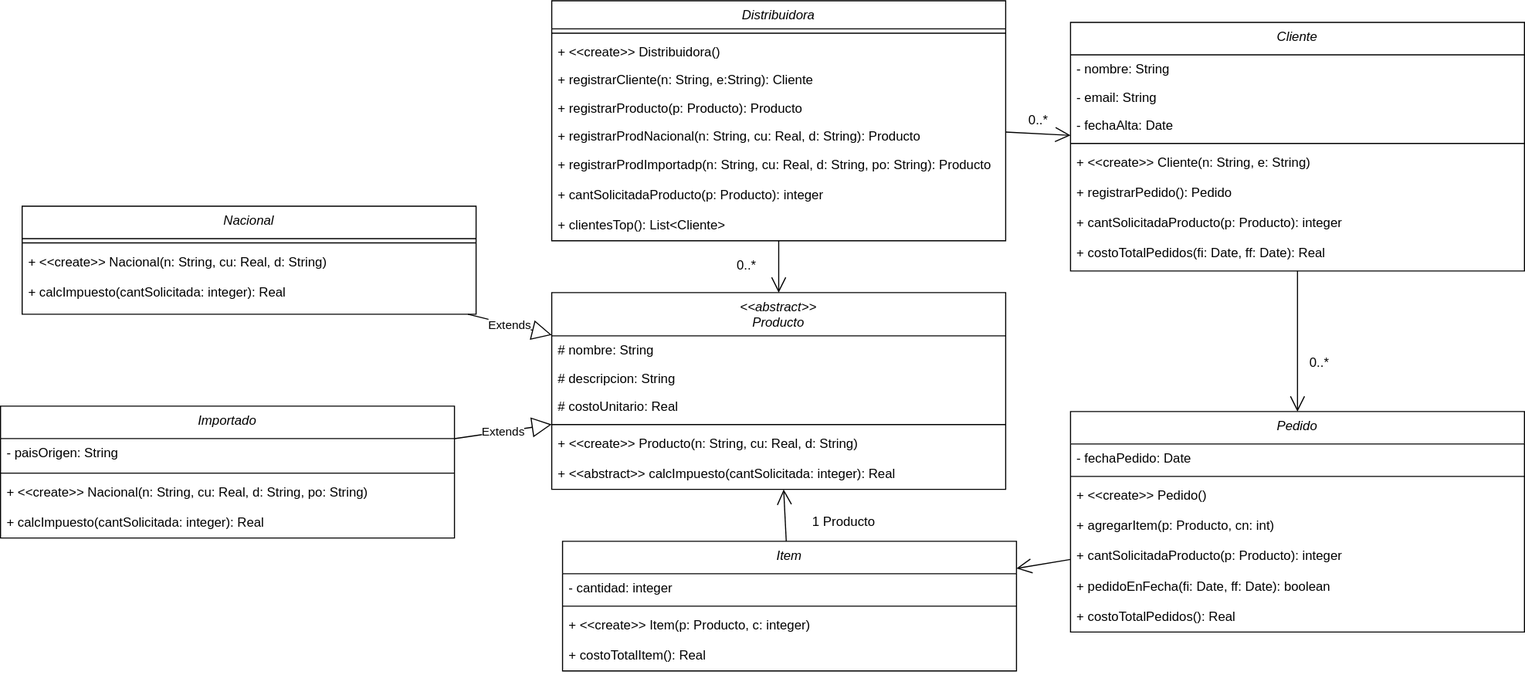
This is Segundo_Año/Segundo_Semestre/OO1/Parciales/ParcialesCursada/ParcialDistribuidora/ParcialDistribuidora.drawio.svg from LRondinelli04/Licenciatura-en-Sistemas_APU, a draw.io export, as it was before one commit. Source tidied: cells renumbered, new cells last; positions are measured from the earlier drawing's top-left corner, leaving out a move shared by most shapes. Its diagram source:
```xml
<mxGraphModel>
  <root>
    <mxCell id="0" />
    <mxCell id="1" parent="0" />
    <mxCell id="2" value="Distribuidora" style="swimlane;fontStyle=2;align=center;verticalAlign=top;horizontal=1;startSize=26;rounded=0;shadow=0;strokeWidth=1;" parent="1" vertex="1">
      <mxGeometry x="510" width="420" height="222" as="geometry" />
    </mxCell>
    <mxCell id="3" style="line;html=1;strokeWidth=1;align=left;verticalAlign=middle;spacingTop=-1;spacingLeft=3;spacingRight=3;labelPosition=right;" parent="2" vertex="1">
      <mxGeometry y="26" width="420" height="8" as="geometry" />
    </mxCell>
    <mxCell id="4" value="+ &lt;&lt;create&gt;&gt; Distribuidora()" style="text;align=left;verticalAlign=top;spacingLeft=4;spacingRight=4;overflow=hidden;" parent="2" vertex="1">
      <mxGeometry y="34" width="420" height="26" as="geometry" />
    </mxCell>
    <mxCell id="5" value="+ registrarCliente(n: String, e:String): Cliente" style="text;align=left;verticalAlign=top;spacingLeft=4;spacingRight=4;overflow=hidden;" parent="2" vertex="1">
      <mxGeometry y="60" width="420" height="26" as="geometry" />
    </mxCell>
    <mxCell id="6" value="+ registrarProducto(p: Producto): Producto" style="text;align=left;verticalAlign=top;spacingLeft=4;spacingRight=4;overflow=hidden;" parent="2" vertex="1">
      <mxGeometry y="86" width="420" height="26" as="geometry" />
    </mxCell>
    <mxCell id="7" value="+ registrarProdNacional(n: String, cu: Real, d: String): Producto" style="text;align=left;verticalAlign=top;spacingLeft=4;spacingRight=4;overflow=hidden;" parent="2" vertex="1">
      <mxGeometry y="112" width="420" height="26" as="geometry" />
    </mxCell>
    <mxCell id="8" value="+ registrarProdImportadp(n: String, cu: Real, d: String, po: String): Producto" style="text;align=left;verticalAlign=top;spacingLeft=4;spacingRight=4;overflow=hidden;" parent="2" vertex="1">
      <mxGeometry y="138" width="420" height="28" as="geometry" />
    </mxCell>
    <mxCell id="9" value="+ cantSolicitadaProducto(p: Producto): integer" style="text;align=left;verticalAlign=top;spacingLeft=4;spacingRight=4;overflow=hidden;" parent="2" vertex="1">
      <mxGeometry y="166" width="420" height="28" as="geometry" />
    </mxCell>
    <mxCell id="10" value="+ clientesTop(): List&lt;Cliente&gt;" style="text;align=left;verticalAlign=top;spacingLeft=4;spacingRight=4;overflow=hidden;" parent="2" vertex="1">
      <mxGeometry y="194" width="420" height="28" as="geometry" />
    </mxCell>
    <mxCell id="11" value="&lt;&lt;abstract&gt;&gt;&#10;Producto" style="swimlane;fontStyle=2;align=center;verticalAlign=top;horizontal=1;startSize=40;rounded=0;shadow=0;strokeWidth=1;" parent="1" vertex="1">
      <mxGeometry x="510" y="270" width="420" height="182" as="geometry" />
    </mxCell>
    <mxCell id="12" value="# nombre: String" style="text;align=left;verticalAlign=top;spacingLeft=4;spacingRight=4;overflow=hidden;" parent="11" vertex="1">
      <mxGeometry y="40" width="420" height="26" as="geometry" />
    </mxCell>
    <mxCell id="13" value="# descripcion: String" style="text;align=left;verticalAlign=top;spacingLeft=4;spacingRight=4;overflow=hidden;" parent="11" vertex="1">
      <mxGeometry y="66" width="420" height="26" as="geometry" />
    </mxCell>
    <mxCell id="14" value="# costoUnitario: Real" style="text;align=left;verticalAlign=top;spacingLeft=4;spacingRight=4;overflow=hidden;" parent="11" vertex="1">
      <mxGeometry y="92" width="420" height="26" as="geometry" />
    </mxCell>
    <mxCell id="15" style="line;html=1;strokeWidth=1;align=left;verticalAlign=middle;spacingTop=-1;spacingLeft=3;spacingRight=3;labelPosition=right;" parent="11" vertex="1">
      <mxGeometry y="118" width="420" height="8" as="geometry" />
    </mxCell>
    <mxCell id="16" value="+ &lt;&lt;create&gt;&gt; Producto(n: String, cu: Real, d: String)" style="text;align=left;verticalAlign=top;spacingLeft=4;spacingRight=4;overflow=hidden;" parent="11" vertex="1">
      <mxGeometry y="126" width="420" height="28" as="geometry" />
    </mxCell>
    <mxCell id="17" value="+ &lt;&lt;abstract&gt;&gt; calcImpuesto(cantSolicitada: integer): Real" style="text;align=left;verticalAlign=top;spacingLeft=4;spacingRight=4;overflow=hidden;" parent="11" vertex="1">
      <mxGeometry y="154" width="420" height="28" as="geometry" />
    </mxCell>
    <mxCell id="18" style="endArrow=open;endFill=1;endSize=12;html=1;rounded=0;" parent="1" edge="1" source="2" target="11">
      <mxGeometry relative="1" as="geometry" />
    </mxCell>
    <mxCell id="19" value="0..*" style="text;html=1;align=center;verticalAlign=middle;strokeColor=none;fillColor=none;" parent="1" vertex="1">
      <mxGeometry x="670" y="230" width="40" height="30" as="geometry" />
    </mxCell>
    <mxCell id="20" value="0..*" style="text;html=1;align=center;verticalAlign=middle;strokeColor=none;fillColor=none;" parent="1" vertex="1">
      <mxGeometry x="940" y="96" width="40" height="30" as="geometry" />
    </mxCell>
    <mxCell id="21" style="endArrow=open;endFill=1;endSize=12;html=1;rounded=0;" parent="1" edge="1" source="2" target="22">
      <mxGeometry relative="1" as="geometry" />
    </mxCell>
    <mxCell id="22" value="Cliente" style="swimlane;fontStyle=2;align=center;verticalAlign=top;horizontal=1;startSize=30;rounded=0;shadow=0;strokeWidth=1;" parent="1" vertex="1">
      <mxGeometry x="990" y="20" width="420" height="230" as="geometry" />
    </mxCell>
    <mxCell id="23" value="- nombre: String" style="text;align=left;verticalAlign=top;spacingLeft=4;spacingRight=4;overflow=hidden;" parent="22" vertex="1">
      <mxGeometry y="30" width="420" height="26" as="geometry" />
    </mxCell>
    <mxCell id="24" value="- email: String" style="text;align=left;verticalAlign=top;spacingLeft=4;spacingRight=4;overflow=hidden;" parent="22" vertex="1">
      <mxGeometry y="56" width="420" height="26" as="geometry" />
    </mxCell>
    <mxCell id="25" value="- fechaAlta: Date" style="text;align=left;verticalAlign=top;spacingLeft=4;spacingRight=4;overflow=hidden;" parent="22" vertex="1">
      <mxGeometry y="82" width="420" height="26" as="geometry" />
    </mxCell>
    <mxCell id="26" style="line;html=1;strokeWidth=1;align=left;verticalAlign=middle;spacingTop=-1;spacingLeft=3;spacingRight=3;labelPosition=right;" parent="22" vertex="1">
      <mxGeometry y="108" width="420" height="8" as="geometry" />
    </mxCell>
    <mxCell id="27" value="+ &lt;&lt;create&gt;&gt; Cliente(n: String, e: String)" style="text;align=left;verticalAlign=top;spacingLeft=4;spacingRight=4;overflow=hidden;" parent="22" vertex="1">
      <mxGeometry y="116" width="420" height="28" as="geometry" />
    </mxCell>
    <mxCell id="28" value="+ registrarPedido(): Pedido" style="text;align=left;verticalAlign=top;spacingLeft=4;spacingRight=4;overflow=hidden;" parent="22" vertex="1">
      <mxGeometry y="144" width="420" height="28" as="geometry" />
    </mxCell>
    <mxCell id="29" value="+ cantSolicitadaProducto(p: Producto): integer" style="text;align=left;verticalAlign=top;spacingLeft=4;spacingRight=4;overflow=hidden;" parent="22" vertex="1">
      <mxGeometry y="172" width="420" height="28" as="geometry" />
    </mxCell>
    <mxCell id="30" value="+ costoTotalPedidos(fi: Date, ff: Date): Real" style="text;align=left;verticalAlign=top;spacingLeft=4;spacingRight=4;overflow=hidden;" parent="22" vertex="1">
      <mxGeometry y="200" width="420" height="28" as="geometry" />
    </mxCell>
    <mxCell id="31" value="Extends" style="endArrow=block;endSize=16;endFill=0;html=1;rounded=0;" parent="1" edge="1" source="32" target="11">
      <mxGeometry relative="1" as="geometry" />
    </mxCell>
    <mxCell id="32" value="Nacional" style="swimlane;fontStyle=2;align=center;verticalAlign=top;horizontal=1;startSize=30;rounded=0;shadow=0;strokeWidth=1;" parent="1" vertex="1">
      <mxGeometry x="20" y="190" width="420" height="100" as="geometry" />
    </mxCell>
    <mxCell id="33" style="line;html=1;strokeWidth=1;align=left;verticalAlign=middle;spacingTop=-1;spacingLeft=3;spacingRight=3;labelPosition=right;" parent="32" vertex="1">
      <mxGeometry y="30" width="420" height="8" as="geometry" />
    </mxCell>
    <mxCell id="34" value="+ &lt;&lt;create&gt;&gt; Nacional(n: String, cu: Real, d: String)" style="text;align=left;verticalAlign=top;spacingLeft=4;spacingRight=4;overflow=hidden;" parent="32" vertex="1">
      <mxGeometry y="38" width="420" height="28" as="geometry" />
    </mxCell>
    <mxCell id="35" value="+ calcImpuesto(cantSolicitada: integer): Real" style="text;align=left;verticalAlign=top;spacingLeft=4;spacingRight=4;overflow=hidden;" parent="32" vertex="1">
      <mxGeometry y="66" width="420" height="28" as="geometry" />
    </mxCell>
    <mxCell id="36" value="Importado" style="swimlane;fontStyle=2;align=center;verticalAlign=top;horizontal=1;startSize=30;rounded=0;shadow=0;strokeWidth=1;" parent="1" vertex="1">
      <mxGeometry y="375" width="420" height="122" as="geometry" />
    </mxCell>
    <mxCell id="37" value="- paisOrigen: String" style="text;align=left;verticalAlign=top;spacingLeft=4;spacingRight=4;overflow=hidden;" parent="36" vertex="1">
      <mxGeometry y="30" width="420" height="28" as="geometry" />
    </mxCell>
    <mxCell id="38" style="line;html=1;strokeWidth=1;align=left;verticalAlign=middle;spacingTop=-1;spacingLeft=3;spacingRight=3;labelPosition=right;" parent="36" vertex="1">
      <mxGeometry y="58" width="420" height="8" as="geometry" />
    </mxCell>
    <mxCell id="39" value="+ &lt;&lt;create&gt;&gt; Nacional(n: String, cu: Real, d: String, po: String)" style="text;align=left;verticalAlign=top;spacingLeft=4;spacingRight=4;overflow=hidden;" parent="36" vertex="1">
      <mxGeometry y="66" width="420" height="28" as="geometry" />
    </mxCell>
    <mxCell id="40" value="+ calcImpuesto(cantSolicitada: integer): Real" style="text;align=left;verticalAlign=top;spacingLeft=4;spacingRight=4;overflow=hidden;" parent="36" vertex="1">
      <mxGeometry y="94" width="420" height="28" as="geometry" />
    </mxCell>
    <mxCell id="41" value="Extends" style="endArrow=block;endSize=16;endFill=0;html=1;rounded=0;" parent="1" edge="1" source="36" target="11">
      <mxGeometry relative="1" as="geometry" />
    </mxCell>
    <mxCell id="42" style="endArrow=open;endFill=1;endSize=12;html=1;rounded=0;" parent="1" edge="1" source="22" target="44">
      <mxGeometry relative="1" as="geometry" />
    </mxCell>
    <mxCell id="43" value="0..*" style="text;html=1;align=center;verticalAlign=middle;strokeColor=none;fillColor=none;" parent="1" vertex="1">
      <mxGeometry x="1200" y="320" width="40" height="30" as="geometry" />
    </mxCell>
    <mxCell id="44" value="Pedido" style="swimlane;fontStyle=2;align=center;verticalAlign=top;horizontal=1;startSize=30;rounded=0;shadow=0;strokeWidth=1;" parent="1" vertex="1">
      <mxGeometry x="990" y="380" width="420" height="204" as="geometry" />
    </mxCell>
    <mxCell id="45" value="- fechaPedido: Date" style="text;align=left;verticalAlign=top;spacingLeft=4;spacingRight=4;overflow=hidden;" parent="44" vertex="1">
      <mxGeometry y="30" width="420" height="26" as="geometry" />
    </mxCell>
    <mxCell id="46" style="line;html=1;strokeWidth=1;align=left;verticalAlign=middle;spacingTop=-1;spacingLeft=3;spacingRight=3;labelPosition=right;" parent="44" vertex="1">
      <mxGeometry y="56" width="420" height="8" as="geometry" />
    </mxCell>
    <mxCell id="47" value="+ &lt;&lt;create&gt;&gt; Pedido()" style="text;align=left;verticalAlign=top;spacingLeft=4;spacingRight=4;overflow=hidden;" parent="44" vertex="1">
      <mxGeometry y="64" width="420" height="28" as="geometry" />
    </mxCell>
    <mxCell id="48" value="+ agregarItem(p: Producto, cn: int)" style="text;align=left;verticalAlign=top;spacingLeft=4;spacingRight=4;overflow=hidden;" parent="44" vertex="1">
      <mxGeometry y="92" width="420" height="28" as="geometry" />
    </mxCell>
    <mxCell id="49" value="+ cantSolicitadaProducto(p: Producto): integer" style="text;align=left;verticalAlign=top;spacingLeft=4;spacingRight=4;overflow=hidden;" parent="44" vertex="1">
      <mxGeometry y="120" width="420" height="28" as="geometry" />
    </mxCell>
    <mxCell id="50" value="+ pedidoEnFecha(fi: Date, ff: Date): boolean" style="text;align=left;verticalAlign=top;spacingLeft=4;spacingRight=4;overflow=hidden;" parent="44" vertex="1">
      <mxGeometry y="148" width="420" height="28" as="geometry" />
    </mxCell>
    <mxCell id="51" value="+ costoTotalPedidos(): Real" style="text;align=left;verticalAlign=top;spacingLeft=4;spacingRight=4;overflow=hidden;" parent="44" vertex="1">
      <mxGeometry y="176" width="420" height="28" as="geometry" />
    </mxCell>
    <mxCell id="52" value="1 Producto" style="text;html=1;align=center;verticalAlign=middle;strokeColor=none;fillColor=none;" parent="1" vertex="1">
      <mxGeometry x="740" y="467" width="80" height="30" as="geometry" />
    </mxCell>
    <mxCell id="53" style="endArrow=open;endFill=1;endSize=12;html=1;rounded=0;" parent="1" edge="1" source="44" target="54">
      <mxGeometry relative="1" as="geometry" />
    </mxCell>
    <mxCell id="54" value="Item" style="swimlane;fontStyle=2;align=center;verticalAlign=top;horizontal=1;startSize=30;rounded=0;shadow=0;strokeWidth=1;" parent="1" vertex="1">
      <mxGeometry x="520" y="500" width="420" height="120" as="geometry" />
    </mxCell>
    <mxCell id="55" value="- cantidad: integer" style="text;align=left;verticalAlign=top;spacingLeft=4;spacingRight=4;overflow=hidden;" parent="54" vertex="1">
      <mxGeometry y="30" width="420" height="26" as="geometry" />
    </mxCell>
    <mxCell id="56" style="line;html=1;strokeWidth=1;align=left;verticalAlign=middle;spacingTop=-1;spacingLeft=3;spacingRight=3;labelPosition=right;" parent="54" vertex="1">
      <mxGeometry y="56" width="420" height="8" as="geometry" />
    </mxCell>
    <mxCell id="57" value="+ &lt;&lt;create&gt;&gt; Item(p: Producto, c: integer)" style="text;align=left;verticalAlign=top;spacingLeft=4;spacingRight=4;overflow=hidden;" parent="54" vertex="1">
      <mxGeometry y="64" width="420" height="28" as="geometry" />
    </mxCell>
    <mxCell id="58" value="+ costoTotalItem(): Real" style="text;align=left;verticalAlign=top;spacingLeft=4;spacingRight=4;overflow=hidden;" parent="54" vertex="1">
      <mxGeometry y="92" width="420" height="28" as="geometry" />
    </mxCell>
    <mxCell id="59" style="endArrow=open;endFill=1;endSize=12;html=1;rounded=0;" parent="1" edge="1" source="54" target="11">
      <mxGeometry relative="1" as="geometry" />
    </mxCell>
  </root>
</mxGraphModel>
```
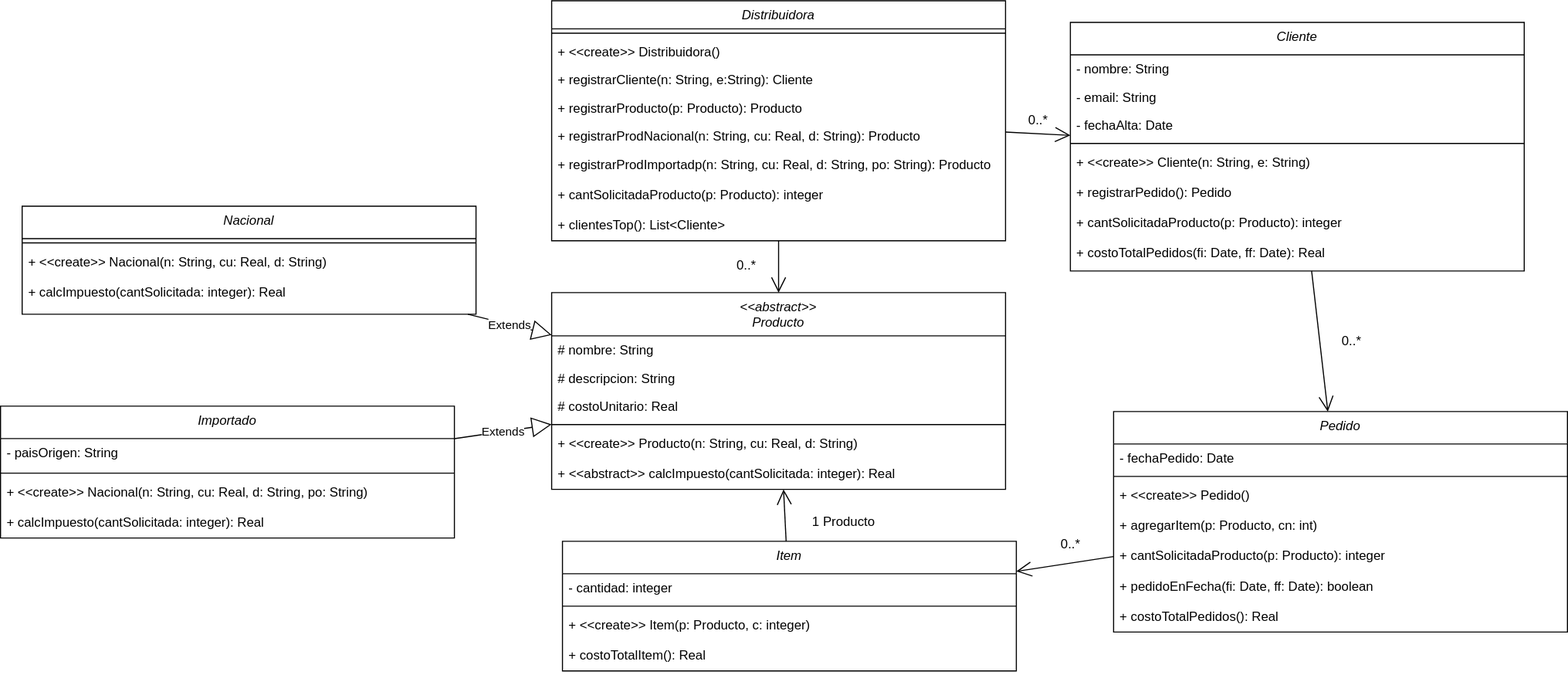
Later version of the same file.

Change to the diagram source:
```diff
@@ -126,10 +126,10 @@
       <mxGeometry relative="1" as="geometry" />
     </mxCell>
     <mxCell id="43" value="0..*" style="text;html=1;align=center;verticalAlign=middle;strokeColor=none;fillColor=none;" parent="1" vertex="1">
-      <mxGeometry x="1200" y="320" width="40" height="30" as="geometry" />
+      <mxGeometry x="1230" y="300" width="40" height="30" as="geometry" />
     </mxCell>
     <mxCell id="44" value="Pedido" style="swimlane;fontStyle=2;align=center;verticalAlign=top;horizontal=1;startSize=30;rounded=0;shadow=0;strokeWidth=1;" parent="1" vertex="1">
-      <mxGeometry x="990" y="380" width="420" height="204" as="geometry" />
+      <mxGeometry x="1030" y="380" width="420" height="204" as="geometry" />
     </mxCell>
     <mxCell id="45" value="- fechaPedido: Date" style="text;align=left;verticalAlign=top;spacingLeft=4;spacingRight=4;overflow=hidden;" parent="44" vertex="1">
       <mxGeometry y="30" width="420" height="26" as="geometry" />
@@ -176,5 +176,8 @@
     <mxCell id="59" style="endArrow=open;endFill=1;endSize=12;html=1;rounded=0;" parent="1" edge="1" source="54" target="11">
       <mxGeometry relative="1" as="geometry" />
     </mxCell>
+    <mxCell id="60" value="0..*" style="text;html=1;align=center;verticalAlign=middle;strokeColor=none;fillColor=none;" parent="1" vertex="1">
+      <mxGeometry x="970" y="488" width="40" height="30" as="geometry" />
+    </mxCell>
   </root>
 </mxGraphModel>
```
